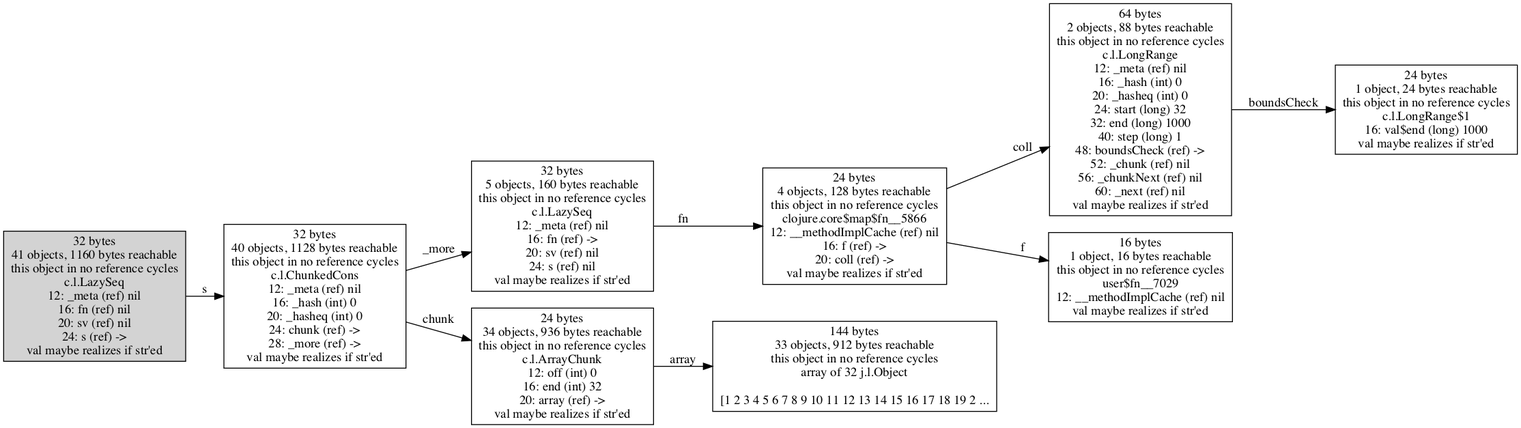
Above: doc/images/chunked-seq-realized1-no-longs.png in jafingerhut/cljol (Graphviz), before the change. Its source is kept beside it as doc/images/chunked-seq-realized1-no-longs.dot.
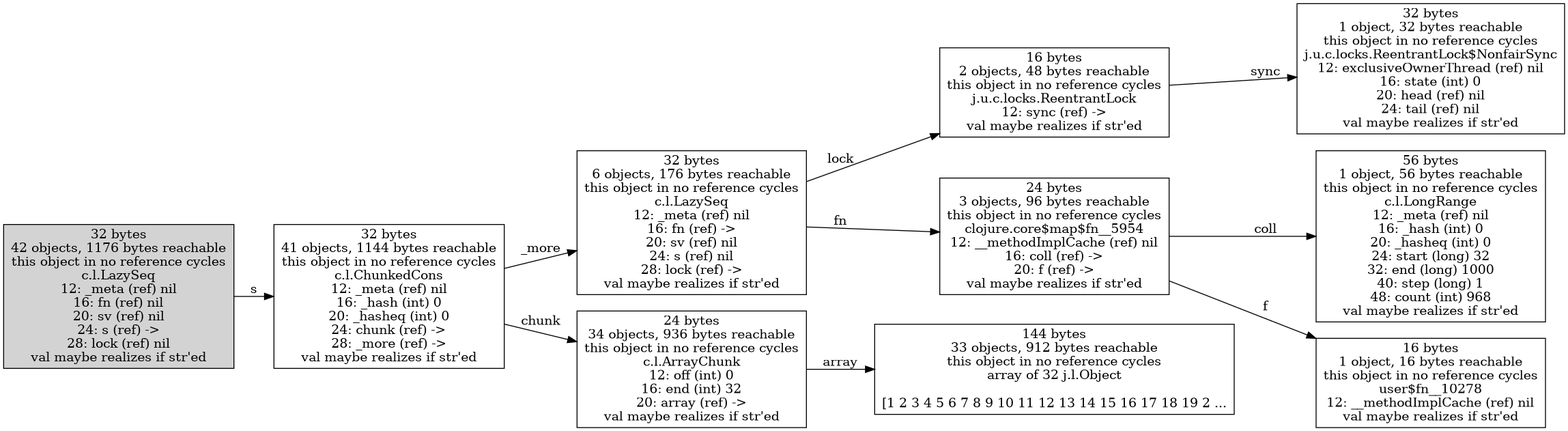
The same file after the commit.

Change to the diagram source:
```diff
@@ -1,17 +1,7 @@
 digraph {
-graph [layout=dot,rankdir=LR];
-"31898530784" ["scc-num-nodes"=1,label="32 bytes
-40 objects, 1128 bytes reachable
-this object in no reference cycles
-c.l.ChunkedCons
-12: _meta (ref) nil
-16: _hash (int) 0
-20: _hasheq (int) 0
-24: chunk (ref) ->
-28: _more (ref) ->
-val maybe realizes if str'ed",shape=box];
-"31898491264" ["scc-num-nodes"=1,label="64 bytes
-2 objects, 88 bytes reachable
+graph [layout="dot",rankdir="LR"];
+"18094456128" ["reachable-only-from"=18094453824,"scc-num-nodes"=1,label="56 bytes
+1 object, 56 bytes reachable
 this object in no reference cycles
 c.l.LongRange
 12: _meta (ref) nil
@@ -20,69 +10,88 @@
 24: start (long) 32
 32: end (long) 1000
 40: step (long) 1
-48: boundsCheck (ref) ->
-52: _chunk (ref) nil
-56: _chunkNext (ref) nil
-60: _next (ref) nil
-val maybe realizes if str'ed",shape=box];
-"31896926152" ["scc-num-nodes"=1,label="16 bytes
-1 object, 16 bytes reachable
+48: count (int) 968
+val maybe realizes if str'ed",shape="box"];
+"18094454080" ["reachable-only-from"=18094453824,"scc-num-nodes"=1,label="32 bytes
+41 objects, 1144 bytes reachable
 this object in no reference cycles
-user$fn__7029
-12: __methodImplCache (ref) nil
-val maybe realizes if str'ed",shape=box];
-"31898530728" ["scc-num-nodes"=1,label="32 bytes
-5 objects, 160 bytes reachable
+c.l.ChunkedCons
+12: _meta (ref) nil
+16: _hash (int) 0
+20: _hasheq (int) 0
+24: chunk (ref) ->
+28: _more (ref) ->
+val maybe realizes if str'ed",shape="box"];
+"18094455680" ["reachable-only-from"=18094453824,"scc-num-nodes"=1,label="32 bytes
+6 objects, 176 bytes reachable
 this object in no reference cycles
 c.l.LazySeq
 12: _meta (ref) nil
 16: fn (ref) ->
 20: sv (ref) nil
 24: s (ref) nil
-val maybe realizes if str'ed",shape=box];
-"31898491384" ["scc-num-nodes"=1,label="144 bytes
+28: lock (ref) ->
+val maybe realizes if str'ed",shape="box"];
+"18094454528" ["reachable-only-from"=18094453824,"scc-num-nodes"=1,label="144 bytes
 33 objects, 912 bytes reachable
 this object in no reference cycles
 array of 32 j.l.Object
 
-[1 2 3 4 5 6 7 8 9 10 11 12 13 14 15 16 17 18 19 2 ...",shape=box];
-"31896926648" ["scc-num-nodes"=1,style=filled,label="32 bytes
-41 objects, 1160 bytes reachable
+[1 2 3 4 5 6 7 8 9 10 11 12 13 14 15 16 17 18 19 2 ...",shape="box"];
+"18094456704" ["reachable-only-from"=18094453824,"scc-num-nodes"=1,label="16 bytes
+2 objects, 48 bytes reachable
+this object in no reference cycles
+j.u.c.locks.ReentrantLock
+12: sync (ref) ->
+val maybe realizes if str'ed",shape="box"];
+"18094456832" ["reachable-only-from"=18094453824,"scc-num-nodes"=1,label="32 bytes
+1 object, 32 bytes reachable
+this object in no reference cycles
+j.u.c.locks.ReentrantLock$NonfairSync
+12: exclusiveOwnerThread (ref) nil
+16: state (int) 0
+20: head (ref) nil
+24: tail (ref) nil
+val maybe realizes if str'ed",shape="box"];
+"18094453824" ["reachable-only-from"=18094453824,"scc-num-nodes"=1,style="filled","my-unique-total-size"=1176,"my-unique-num-reachable-nodes"=42,label="32 bytes
+42 objects, 1176 bytes reachable
 this object in no reference cycles
 c.l.LazySeq
 12: _meta (ref) nil
 16: fn (ref) nil
 20: sv (ref) nil
 24: s (ref) ->
-val maybe realizes if str'ed",shape=box];
-"31896926400" ["scc-num-nodes"=1,label="24 bytes
-1 object, 24 bytes reachable
+28: lock (ref) nil
+val maybe realizes if str'ed",shape="box"];
+"18094456576" ["reachable-only-from"=18094453824,"scc-num-nodes"=1,label="16 bytes
+1 object, 16 bytes reachable
 this object in no reference cycles
-c.l.LongRange$1
-16: val$end (long) 1000
-val maybe realizes if str'ed",shape=box];
-"31898530760" ["scc-num-nodes"=1,label="24 bytes
-4 objects, 128 bytes reachable
+user$fn__10278
+12: __methodImplCache (ref) nil
+val maybe realizes if str'ed",shape="box"];
+"18094455936" ["reachable-only-from"=18094453824,"scc-num-nodes"=1,label="24 bytes
+3 objects, 96 bytes reachable
 this object in no reference cycles
-clojure.core$map$fn__5866
+clojure.core$map$fn__5954
 12: __methodImplCache (ref) nil
-16: f (ref) ->
-20: coll (ref) ->
-val maybe realizes if str'ed",shape=box];
-"31898530704" ["scc-num-nodes"=1,label="24 bytes
+16: coll (ref) ->
+20: f (ref) ->
+val maybe realizes if str'ed",shape="box"];
+"18094454336" ["reachable-only-from"=18094453824,"scc-num-nodes"=1,label="24 bytes
 34 objects, 936 bytes reachable
 this object in no reference cycles
 c.l.ArrayChunk
 12: off (int) 0
 16: end (int) 32
 20: array (ref) ->
-val maybe realizes if str'ed",shape=box];
-"31898530784" -> "31898530704" ["field-name"=chunk,label=chunk];
-"31898530784" -> "31898530728" ["field-name"=_more,label=_more];
-"31898491264" -> "31896926400" ["field-name"=boundsCheck,label=boundsCheck];
-"31898530728" -> "31898530760" ["field-name"=fn,label=fn];
-"31896926648" -> "31898530784" ["field-name"=s,label=s];
-"31898530760" -> "31896926152" ["field-name"=f,label=f];
-"31898530760" -> "31898491264" ["field-name"=coll,label=coll];
-"31898530704" -> "31898491384" ["field-name"=array,label=array];
+val maybe realizes if str'ed",shape="box"];
+"18094454080" -> "18094454336" ["field-name"="chunk",label="chunk"];
+"18094454080" -> "18094455680" ["field-name"="_more",label="_more"];
+"18094455680" -> "18094455936" ["field-name"="fn",label="fn"];
+"18094455680" -> "18094456704" ["field-name"="lock",label="lock"];
+"18094456704" -> "18094456832" ["field-name"="sync",label="sync"];
+"18094453824" -> "18094454080" ["field-name"="s",label="s"];
+"18094455936" -> "18094456128" ["field-name"="coll",label="coll"];
+"18094455936" -> "18094456576" ["field-name"="f",label="f"];
+"18094454336" -> "18094454528" ["field-name"="array",label="array"];
 }
```
